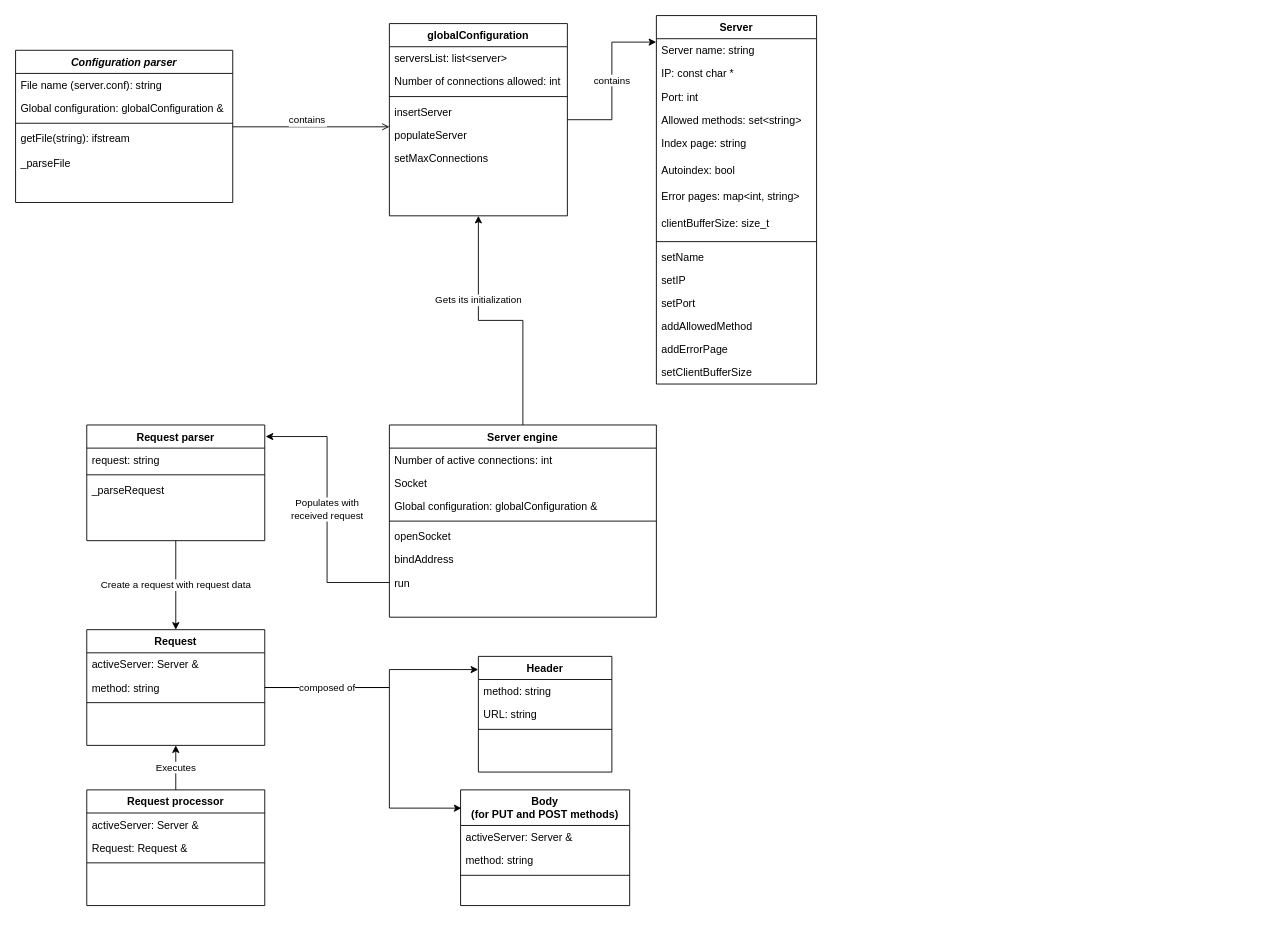
Above: webserv_architecture.drawio in ababoum/webserv (draw.io), before the change. Source tidied: cells renumbered, new cells numbered last; positions are measured from the earlier drawing's top-left corner, leaving out a move shared by most shapes. Both pictures are drawn from the tidied source at 89%, with x=0, y=0 at pixel (15, 15).
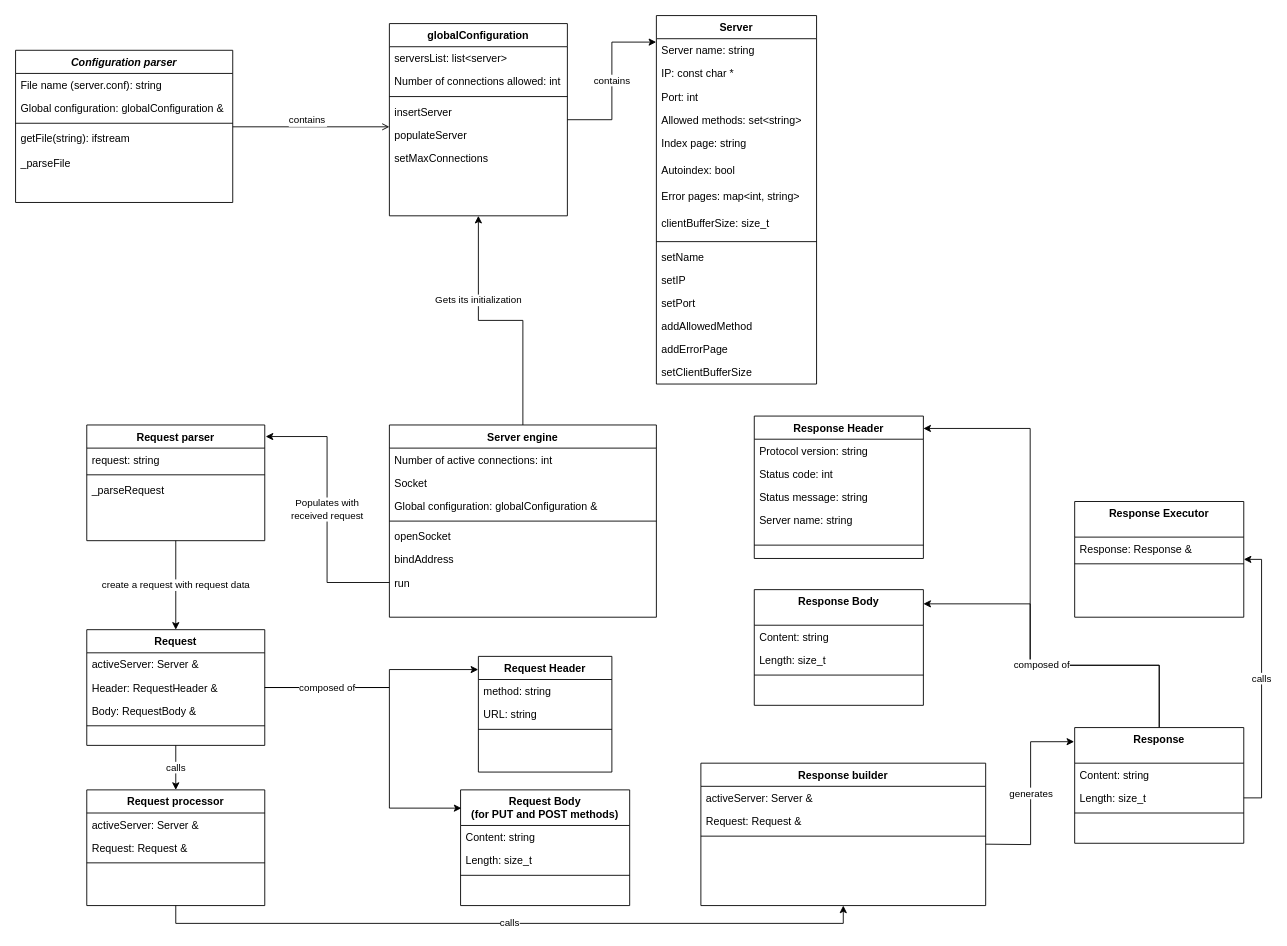
The same diagram, later.

Commit message:
Update webserv_architecture (Response).drawio

Unchanged cells that the change refers to:
```xml
<mxCell id="43" value="Request parser" style="swimlane;fontStyle=1;align=center;verticalAlign=top;horizontal=1;startSize=26;rounded=0;shadow=0;strokeWidth=1;" parent="1" vertex="1">
  <mxGeometry x="80" y="460" width="200" height="130" as="geometry" />
</mxCell>
<mxCell id="48" value="Request processor" style="swimlane;fontStyle=1;align=center;verticalAlign=top;horizontal=1;startSize=26;rounded=0;shadow=0;strokeWidth=1;" parent="1" vertex="1">
  <mxGeometry x="80" y="870" width="200" height="130" as="geometry" />
</mxCell>
<mxCell id="53" value="Request" style="swimlane;fontStyle=1;align=center;verticalAlign=top;horizontal=1;startSize=26;rounded=0;shadow=0;strokeWidth=1;" parent="1" vertex="1">
  <mxGeometry x="80" y="690" width="200" height="130" as="geometry" />
</mxCell>
```

The edit, as a diff of the source:
```diff
@@
-    <mxCell id="42" value="Create a request with request data" style="edgeStyle=orthogonalEdgeStyle;rounded=0;jettySize=auto;html=1;entryX=0.5;entryY=0;entryDx=0;entryDy=0;" parent="1" edge="1" source="43" target="53">
+    <mxCell id="42" value="create a request with request data" style="edgeStyle=orthogonalEdgeStyle;rounded=0;jettySize=auto;html=1;entryX=0.5;entryY=0;entryDx=0;entryDy=0;" parent="1" edge="1" source="43" target="53">
       <mxGeometry relative="1" as="geometry" />
     </mxCell>
@@
-    <mxCell id="47" value="Executes" style="edgeStyle=orthogonalEdgeStyle;rounded=0;jettySize=auto;html=1;exitX=0.5;exitY=0;exitDx=0;exitDy=0;entryX=0.5;entryY=1;entryDx=0;entryDy=0;" parent="1" edge="1" source="48" target="53">
+    <mxCell id="47" value="calls" style="edgeStyle=orthogonalEdgeStyle;rounded=0;jettySize=auto;html=1;exitX=0.5;exitY=1;exitDx=0;exitDy=0;entryX=0.5;entryY=0;entryDx=0;entryDy=0;" parent="1" edge="1" source="53" target="48">
       <mxGeometry relative="1" as="geometry" />
     </mxCell>
+    <mxCell id="67" value="calls" style="edgeStyle=orthogonalEdgeStyle;rounded=0;jettySize=auto;html=1;entryX=0.5;entryY=1;entryDx=0;entryDy=0;" parent="1" edge="1" source="48" target="70">
+      <mxGeometry relative="1" as="geometry">
+        <Array as="points">
+          <mxPoint x="180" y="1020" />
+          <mxPoint x="930" y="1020" />
+        </Array>
+      </mxGeometry>
+    </mxCell>
@@
-    <mxCell id="55" value="method: string" style="text;align=left;verticalAlign=top;spacingLeft=4;spacingRight=4;overflow=hidden;points=[[0,0.5],[1,0.5]];portConstraint=eastwest;" parent="53" vertex="1">
+    <mxCell id="55" value="Header: RequestHeader &amp;" style="text;align=left;verticalAlign=top;spacingLeft=4;spacingRight=4;overflow=hidden;points=[[0,0.5],[1,0.5]];portConstraint=eastwest;" parent="53" vertex="1">
       <mxGeometry y="52" width="200" height="26" as="geometry" />
     </mxCell>
+    <mxCell id="68" value="Body: RequestBody &amp;" style="text;align=left;verticalAlign=top;spacingLeft=4;spacingRight=4;overflow=hidden;" parent="53" vertex="1">
+      <mxGeometry y="78" width="200" height="26" as="geometry" />
+    </mxCell>
     <mxCell id="56" style="line;html=1;strokeWidth=1;align=left;verticalAlign=middle;spacingTop=-1;spacingLeft=3;spacingRight=3;labelPosition=right;" parent="53" vertex="1">
-      <mxGeometry y="78" width="200" height="8" as="geometry" />
+      <mxGeometry y="104" width="200" height="8" as="geometry" />
     </mxCell>
-    <mxCell id="57" value="Header" style="swimlane;fontStyle=1;align=center;verticalAlign=top;horizontal=1;startSize=26;rounded=0;shadow=0;strokeWidth=1;" parent="1" vertex="1">
+    <mxCell id="57" value="Request Header" style="swimlane;fontStyle=1;align=center;verticalAlign=top;horizontal=1;startSize=26;rounded=0;shadow=0;strokeWidth=1;" parent="1" vertex="1">
       <mxGeometry x="520" y="720" width="150" height="130" as="geometry" />
     </mxCell>
@@
-    <mxCell id="61" value="Body&#10;(for PUT and POST methods)" style="swimlane;fontStyle=1;align=center;verticalAlign=top;horizontal=1;startSize=40;rounded=0;shadow=0;strokeWidth=1;" parent="1" vertex="1">
+    <mxCell id="61" value="Request Body&#10;(for PUT and POST methods)" style="swimlane;fontStyle=1;align=center;verticalAlign=top;horizontal=1;startSize=40;rounded=0;shadow=0;strokeWidth=1;" parent="1" vertex="1">
       <mxGeometry x="500" y="870" width="190" height="130" as="geometry" />
     </mxCell>
-    <mxCell id="62" value="activeServer: Server &amp;" style="text;align=left;verticalAlign=top;spacingLeft=4;spacingRight=4;overflow=hidden;" parent="61" vertex="1">
+    <mxCell id="62" value="Content: string" style="text;align=left;verticalAlign=top;spacingLeft=4;spacingRight=4;overflow=hidden;" parent="61" vertex="1">
       <mxGeometry y="40" width="190" height="26" as="geometry" />
     </mxCell>
-    <mxCell id="63" value="method: string" style="text;align=left;verticalAlign=top;spacingLeft=4;spacingRight=4;overflow=hidden;" parent="61" vertex="1">
+    <mxCell id="63" value="Length: size_t" style="text;align=left;verticalAlign=top;spacingLeft=4;spacingRight=4;overflow=hidden;" parent="61" vertex="1">
       <mxGeometry y="66" width="190" height="26" as="geometry" />
     </mxCell>
@@
+    <mxCell id="69" style="edgeStyle=orthogonalEdgeStyle;rounded=0;jettySize=auto;html=1;entryX=1;entryY=0.087;entryDx=0;entryDy=0;entryPerimeter=0;exitX=0.5;exitY=0;exitDx=0;exitDy=0;" parent="1" edge="1" source="85" target="74">
+      <mxGeometry relative="1" as="geometry">
+        <Array as="points">
+          <mxPoint x="1285" y="730" />
+          <mxPoint x="1140" y="730" />
+          <mxPoint x="1140" y="464" />
+        </Array>
+      </mxGeometry>
+    </mxCell>
+    <mxCell id="70" value="Response builder" style="swimlane;fontStyle=1;align=center;verticalAlign=top;horizontal=1;startSize=26;rounded=0;shadow=0;strokeWidth=1;" parent="1" vertex="1">
+      <mxGeometry x="770" y="840" width="320" height="160" as="geometry" />
+    </mxCell>
+    <mxCell id="71" value="activeServer: Server &amp;" style="text;align=left;verticalAlign=top;spacingLeft=4;spacingRight=4;overflow=hidden;" parent="70" vertex="1">
+      <mxGeometry y="26" width="320" height="26" as="geometry" />
+    </mxCell>
+    <mxCell id="72" value="Request: Request &amp;" style="text;align=left;verticalAlign=top;spacingLeft=4;spacingRight=4;overflow=hidden;" parent="70" vertex="1">
+      <mxGeometry y="52" width="320" height="26" as="geometry" />
+    </mxCell>
+    <mxCell id="73" style="line;html=1;strokeWidth=1;align=left;verticalAlign=middle;spacingTop=-1;spacingLeft=3;spacingRight=3;labelPosition=right;" parent="70" vertex="1">
+      <mxGeometry y="78" width="320" height="8" as="geometry" />
+    </mxCell>
+    <mxCell id="74" value="Response Header" style="swimlane;fontStyle=1;align=center;verticalAlign=top;horizontal=1;startSize=26;rounded=0;shadow=0;strokeWidth=1;" parent="1" vertex="1">
+      <mxGeometry x="830" y="450" width="190" height="160" as="geometry" />
+    </mxCell>
+    <mxCell id="75" value="Protocol version: string" style="text;align=left;verticalAlign=top;spacingLeft=4;spacingRight=4;overflow=hidden;" parent="74" vertex="1">
+      <mxGeometry y="26" width="190" height="26" as="geometry" />
+    </mxCell>
+    <mxCell id="76" value="Status code: int" style="text;align=left;verticalAlign=top;spacingLeft=4;spacingRight=4;overflow=hidden;" parent="74" vertex="1">
+      <mxGeometry y="52" width="190" height="26" as="geometry" />
+    </mxCell>
+    <mxCell id="77" value="Status message: string" style="text;align=left;verticalAlign=top;spacingLeft=4;spacingRight=4;overflow=hidden;" parent="74" vertex="1">
+      <mxGeometry y="78" width="190" height="26" as="geometry" />
+    </mxCell>
+    <mxCell id="78" value="Server name: string" style="text;align=left;verticalAlign=top;spacingLeft=4;spacingRight=4;overflow=hidden;" parent="74" vertex="1">
+      <mxGeometry y="104" width="190" height="26" as="geometry" />
+    </mxCell>
+    <mxCell id="79" style="line;html=1;strokeWidth=1;align=left;verticalAlign=middle;spacingTop=-1;spacingLeft=3;spacingRight=3;labelPosition=right;" parent="74" vertex="1">
+      <mxGeometry y="130" width="190" height="30" as="geometry" />
+    </mxCell>
+    <mxCell id="80" value="Response Body" style="swimlane;fontStyle=1;align=center;verticalAlign=top;horizontal=1;startSize=40;rounded=0;shadow=0;strokeWidth=1;" parent="1" vertex="1">
+      <mxGeometry x="830" y="645" width="190" height="130" as="geometry" />
+    </mxCell>
+    <mxCell id="81" value="Content: string" style="text;align=left;verticalAlign=top;spacingLeft=4;spacingRight=4;overflow=hidden;" parent="80" vertex="1">
+      <mxGeometry y="40" width="190" height="26" as="geometry" />
+    </mxCell>
+    <mxCell id="82" value="Length: size_t" style="text;align=left;verticalAlign=top;spacingLeft=4;spacingRight=4;overflow=hidden;" parent="80" vertex="1">
+      <mxGeometry y="66" width="190" height="26" as="geometry" />
+    </mxCell>
+    <mxCell id="83" style="line;html=1;strokeWidth=1;align=left;verticalAlign=middle;spacingTop=-1;spacingLeft=3;spacingRight=3;labelPosition=right;" parent="80" vertex="1">
+      <mxGeometry y="92" width="190" height="8" as="geometry" />
+    </mxCell>
+    <mxCell id="84" value="composed of" style="edgeStyle=orthogonalEdgeStyle;rounded=0;jettySize=auto;html=1;entryX=1;entryY=0.123;entryDx=0;entryDy=0;entryPerimeter=0;exitX=0.5;exitY=0;exitDx=0;exitDy=0;" parent="1" edge="1" source="85" target="80">
+      <mxGeometry relative="1" as="geometry">
+        <Array as="points">
+          <mxPoint x="1285" y="730" />
+          <mxPoint x="1140" y="730" />
+          <mxPoint x="1140" y="661" />
+        </Array>
+      </mxGeometry>
+    </mxCell>
+    <mxCell id="85" value="Response" style="swimlane;fontStyle=1;align=center;verticalAlign=top;horizontal=1;startSize=40;rounded=0;shadow=0;strokeWidth=1;" parent="1" vertex="1">
+      <mxGeometry x="1190" y="800" width="190" height="130" as="geometry" />
+    </mxCell>
+    <mxCell id="86" value="Content: string" style="text;align=left;verticalAlign=top;spacingLeft=4;spacingRight=4;overflow=hidden;" parent="85" vertex="1">
+      <mxGeometry y="40" width="190" height="26" as="geometry" />
+    </mxCell>
+    <mxCell id="87" value="Length: size_t" style="text;align=left;verticalAlign=top;spacingLeft=4;spacingRight=4;overflow=hidden;points=[[0,0.5],[1,0.5]];portConstraint=eastwest;" parent="85" vertex="1">
+      <mxGeometry y="66" width="190" height="26" as="geometry" />
+    </mxCell>
+    <mxCell id="88" style="line;html=1;strokeWidth=1;align=left;verticalAlign=middle;spacingTop=-1;spacingLeft=3;spacingRight=3;labelPosition=right;" parent="85" vertex="1">
+      <mxGeometry y="92" width="190" height="8" as="geometry" />
+    </mxCell>
+    <mxCell id="89" value="generates" style="edgeStyle=orthogonalEdgeStyle;rounded=0;jettySize=auto;html=1;entryX=-0.003;entryY=0.122;entryDx=0;entryDy=0;entryPerimeter=0;" parent="1" edge="1" target="85">
+      <mxGeometry relative="1" as="geometry">
+        <mxPoint x="1090" y="931" as="sourcePoint" />
+      </mxGeometry>
+    </mxCell>
+    <mxCell id="90" value="Response Executor" style="swimlane;fontStyle=1;align=center;verticalAlign=top;horizontal=1;startSize=40;rounded=0;shadow=0;strokeWidth=1;" parent="1" vertex="1">
+      <mxGeometry x="1190" y="546" width="190" height="130" as="geometry" />
+    </mxCell>
+    <mxCell id="91" value="Response: Response &amp;" style="text;align=left;verticalAlign=top;spacingLeft=4;spacingRight=4;overflow=hidden;" parent="90" vertex="1">
+      <mxGeometry y="40" width="190" height="26" as="geometry" />
+    </mxCell>
+    <mxCell id="92" style="line;html=1;strokeWidth=1;align=left;verticalAlign=middle;spacingTop=-1;spacingLeft=3;spacingRight=3;labelPosition=right;" parent="90" vertex="1">
+      <mxGeometry y="66" width="190" height="8" as="geometry" />
+    </mxCell>
+    <mxCell id="93" value="calls" style="edgeStyle=orthogonalEdgeStyle;rounded=0;jettySize=auto;html=1;entryX=1;entryY=0.5;entryDx=0;entryDy=0;" parent="1" edge="1" source="87" target="90">
+      <mxGeometry relative="1" as="geometry">
+        <Array as="points">
+          <mxPoint x="1400" y="879" />
+          <mxPoint x="1400" y="611" />
+        </Array>
+      </mxGeometry>
+    </mxCell>
```
